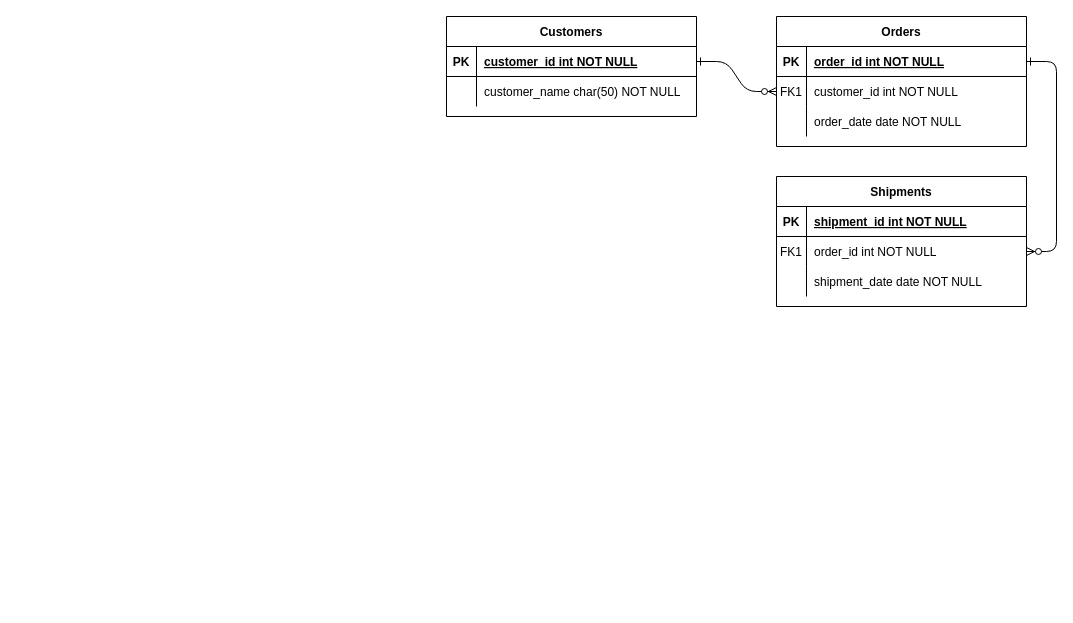
Earlier version of the draw.io diagram Diagrama sin título.drawio (ariel0000/bar-app-diagrams). Source tidied: cells renumbered, new cells numbered last; positions are measured from the earlier drawing's top-left corner, leaving out a move shared by most shapes. Both pictures are drawn from the tidied source at 100%, with x=0, y=0 at pixel (446, 16).
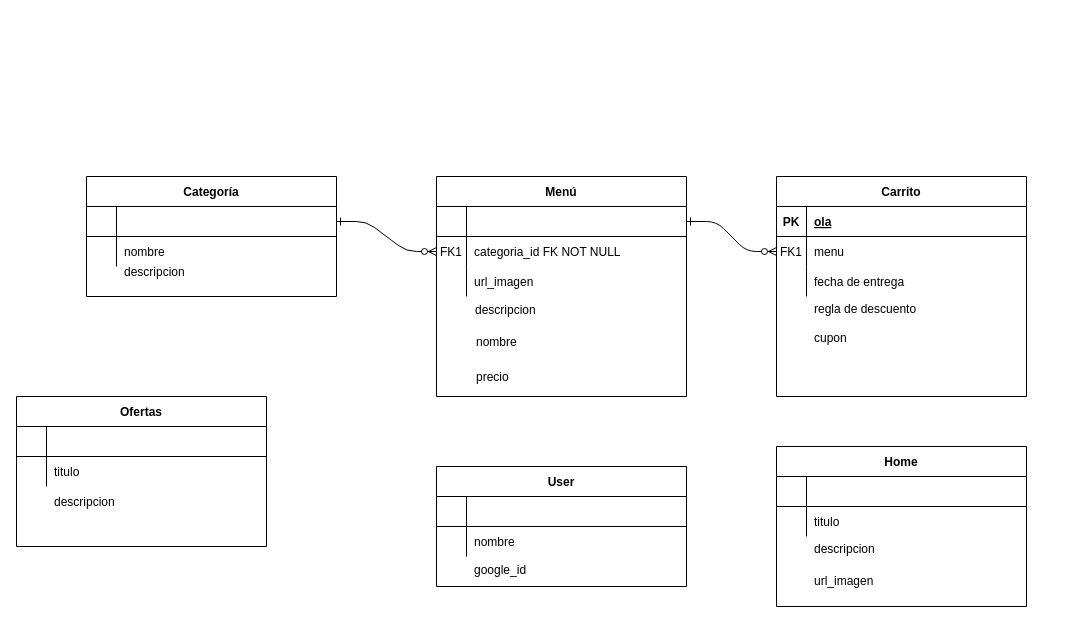
The same diagram, later.

The change refers to these unchanged cells:
```xml
<mxCell id="5" style="shape=partialRectangle;fillColor=none;points=[[0,0.5],[1,0.5]];portConstraint=eastwest;top=0;left=0;right=0;bottom=1;" parent="4" vertex="1">
  <mxGeometry y="30" width="250" height="30" as="geometry" />
</mxCell>
<mxCell id="8" style="shape=partialRectangle;fillColor=none;points=[[0,0.5],[1,0.5]];portConstraint=eastwest;top=0;left=0;right=0;bottom=0;" parent="4" vertex="1">
  <mxGeometry y="60" width="250" height="30" as="geometry" />
</mxCell>
<mxCell id="11" style="shape=partialRectangle;fillColor=none;top=0;left=0;right=0;bottom=0;" parent="4" vertex="1">
  <mxGeometry y="90" width="250" height="30" as="geometry" />
</mxCell>
<mxCell id="25" style="shape=partialRectangle;fillColor=none;points=[[0,0.5],[1,0.5]];portConstraint=eastwest;top=0;left=0;right=0;bottom=1;" parent="24" vertex="1">
  <mxGeometry y="30" width="250" height="30" as="geometry" />
</mxCell>
<mxCell id="28" style="shape=partialRectangle;fillColor=none;top=0;left=0;right=0;bottom=0;" parent="24" vertex="1">
  <mxGeometry y="60" width="250" height="30" as="geometry" />
</mxCell>
```

Diff of the diagram source:
```diff
@@
+    <mxCell id="14" value="Carrito" style="shape=table;startSize=30;childLayout=tableLayout;rowLines=0;fontStyle=1;align=center;" parent="1" vertex="1">
+      <mxGeometry x="330" y="160" width="250" height="220" as="geometry" />
+    </mxCell>
+    <mxCell id="15" style="shape=partialRectangle;fillColor=none;top=0;left=0;right=0;bottom=1;" parent="14" vertex="1">
+      <mxGeometry y="30" width="250" height="30" as="geometry" />
+    </mxCell>
+    <mxCell id="16" value="PK" style="shape=partialRectangle;overflow=hidden;fillColor=none;top=0;left=0;bottom=0;right=0;fontStyle=1;" parent="15" vertex="1">
+      <mxGeometry width="30" height="30" as="geometry" />
+    </mxCell>
+    <mxCell id="17" value="ola" style="shape=partialRectangle;overflow=hidden;fillColor=none;top=0;left=0;bottom=0;right=0;align=left;spacingLeft=6;fontStyle=5;" parent="15" vertex="1">
+      <mxGeometry x="30" width="220" height="30" as="geometry" />
+    </mxCell>
+    <mxCell id="18" style="shape=partialRectangle;fillColor=none;points=[[0,0.5],[1,0.5]];portConstraint=eastwest;top=0;left=0;right=0;bottom=0;" parent="14" vertex="1">
+      <mxGeometry y="60" width="250" height="30" as="geometry" />
+    </mxCell>
+    <mxCell id="19" value="FK1" style="shape=partialRectangle;overflow=hidden;fillColor=none;top=0;left=0;bottom=0;right=0;" parent="18" vertex="1">
+      <mxGeometry width="30" height="30" as="geometry" />
+    </mxCell>
+    <mxCell id="20" value="menu" style="shape=partialRectangle;overflow=hidden;fillColor=none;top=0;left=0;bottom=0;right=0;align=left;spacingLeft=6;" parent="18" vertex="1">
+      <mxGeometry x="30" width="220" height="30" as="geometry" />
+    </mxCell>
+    <mxCell id="21" style="shape=partialRectangle;fillColor=none;top=0;left=0;right=0;bottom=0;" parent="14" vertex="1">
+      <mxGeometry y="90" width="250" height="30" as="geometry" />
+    </mxCell>
+    <mxCell id="22" style="shape=partialRectangle;overflow=hidden;fillColor=none;top=0;left=0;bottom=0;right=0;" parent="21" vertex="1">
+      <mxGeometry width="30" height="30" as="geometry" />
+    </mxCell>
+    <mxCell id="23" value="fecha de entrega" style="shape=partialRectangle;overflow=hidden;fillColor=none;top=0;left=0;bottom=0;right=0;align=left;spacingLeft=6;" parent="21" vertex="1">
+      <mxGeometry x="30" width="220" height="30" as="geometry" />
+    </mxCell>
+    <mxCell id="31" value="User" style="shape=table;startSize=30;childLayout=tableLayout;rowLines=0;fontStyle=1;align=center;" parent="1" vertex="1">
+      <mxGeometry x="-10" y="450" width="250" height="120" as="geometry" />
+    </mxCell>
+    <mxCell id="32" style="shape=partialRectangle;fillColor=none;top=0;left=0;right=0;bottom=1;" parent="31" vertex="1">
+      <mxGeometry y="30" width="250" height="30" as="geometry" />
+    </mxCell>
+    <mxCell id="33" style="shape=partialRectangle;overflow=hidden;fillColor=none;top=0;left=0;bottom=0;right=0;fontStyle=1;" parent="32" vertex="1">
+      <mxGeometry width="30" height="30" as="geometry" />
+    </mxCell>
+    <mxCell id="34" style="shape=partialRectangle;overflow=hidden;fillColor=none;top=0;left=0;bottom=0;right=0;align=left;spacingLeft=6;fontStyle=5;" parent="32" vertex="1">
+      <mxGeometry x="30" width="220" height="30" as="geometry" />
+    </mxCell>
+    <mxCell id="35" style="shape=partialRectangle;fillColor=none;top=0;left=0;right=0;bottom=0;" parent="31" vertex="1">
+      <mxGeometry y="60" width="250" height="30" as="geometry" />
+    </mxCell>
+    <mxCell id="36" style="shape=partialRectangle;overflow=hidden;fillColor=none;top=0;left=0;bottom=0;right=0;" parent="35" vertex="1">
+      <mxGeometry width="30" height="30" as="geometry" />
+    </mxCell>
+    <mxCell id="37" value="nombre" style="shape=partialRectangle;overflow=hidden;fillColor=none;top=0;left=0;bottom=0;right=0;align=left;spacingLeft=6;" parent="35" vertex="1">
+      <mxGeometry x="30" width="220" height="30" as="geometry" />
+    </mxCell>
+    <mxCell id="38" value="Ofertas" style="shape=table;startSize=30;childLayout=tableLayout;rowLines=0;fontStyle=1;align=center;" parent="1" vertex="1">
+      <mxGeometry x="-430" y="380" width="250" height="150" as="geometry" />
+    </mxCell>
+    <mxCell id="39" style="shape=partialRectangle;fillColor=none;top=0;left=0;right=0;bottom=1;" parent="38" vertex="1">
+      <mxGeometry y="30" width="250" height="30" as="geometry" />
+    </mxCell>
+    <mxCell id="40" style="shape=partialRectangle;overflow=hidden;fillColor=none;top=0;left=0;bottom=0;right=0;fontStyle=1;" parent="39" vertex="1">
+      <mxGeometry width="30" height="30" as="geometry" />
+    </mxCell>
+    <mxCell id="41" style="shape=partialRectangle;overflow=hidden;fillColor=none;top=0;left=0;bottom=0;right=0;align=left;spacingLeft=6;fontStyle=5;" parent="39" vertex="1">
+      <mxGeometry x="30" width="220" height="30" as="geometry" />
+    </mxCell>
+    <mxCell id="42" style="shape=partialRectangle;fillColor=none;top=0;left=0;right=0;bottom=0;" parent="38" vertex="1">
+      <mxGeometry y="60" width="250" height="30" as="geometry" />
+    </mxCell>
+    <mxCell id="43" style="shape=partialRectangle;overflow=hidden;fillColor=none;top=0;left=0;bottom=0;right=0;" parent="42" vertex="1">
+      <mxGeometry width="30" height="30" as="geometry" />
+    </mxCell>
+    <mxCell id="44" value="titulo" style="shape=partialRectangle;overflow=hidden;fillColor=none;top=0;left=0;bottom=0;right=0;align=left;spacingLeft=6;" parent="42" vertex="1">
+      <mxGeometry x="30" width="220" height="30" as="geometry" />
+    </mxCell>
+    <mxCell id="45" style="group;" parent="1" vertex="1">
+      <mxGeometry x="-10" y="160" width="250" height="220" as="geometry" />
+    </mxCell>
-    <mxCell id="4" value="Orders" style="shape=table;startSize=30;childLayout=tableLayout;rowLines=0;fontStyle=1;align=center;" parent="1" vertex="1">
-      <mxGeometry x="330" width="250" height="130" as="geometry" />
+    <mxCell id="4" value="Menú" style="shape=table;startSize=30;childLayout=tableLayout;rowLines=0;fontStyle=1;align=center;" parent="45" vertex="1">
+      <mxGeometry width="250" height="220" as="geometry" />
     </mxCell>
@@
-    <mxCell id="6" value="PK" style="shape=partialRectangle;overflow=hidden;fillColor=none;top=0;left=0;bottom=0;right=0;fontStyle=1;" parent="5" vertex="1">
+    <mxCell id="6" style="shape=partialRectangle;overflow=hidden;fillColor=none;top=0;left=0;bottom=0;right=0;fontStyle=1;" parent="5" vertex="1">
       <mxGeometry width="30" height="30" as="geometry" />
     </mxCell>
-    <mxCell id="7" value="order_id int NOT NULL " style="shape=partialRectangle;overflow=hidden;fillColor=none;top=0;left=0;bottom=0;right=0;align=left;spacingLeft=6;fontStyle=5;" parent="5" vertex="1">
+    <mxCell id="7" style="shape=partialRectangle;overflow=hidden;fillColor=none;top=0;left=0;bottom=0;right=0;align=left;spacingLeft=6;fontStyle=5;" parent="5" vertex="1">
       <mxGeometry x="30" width="220" height="30" as="geometry" />
     </mxCell>
@@
-    <mxCell id="10" value="customer_id int NOT NULL" style="shape=partialRectangle;overflow=hidden;fillColor=none;top=0;left=0;bottom=0;right=0;align=left;spacingLeft=6;" parent="8" vertex="1">
+    <mxCell id="10" value="categoria_id FK NOT NULL" style="shape=partialRectangle;overflow=hidden;fillColor=none;top=0;left=0;bottom=0;right=0;align=left;spacingLeft=6;" parent="8" vertex="1">
       <mxGeometry x="30" width="220" height="30" as="geometry" />
     </mxCell>
@@
-    <mxCell id="13" value="order_date date NOT NULL" style="shape=partialRectangle;overflow=hidden;fillColor=none;top=0;left=0;bottom=0;right=0;align=left;spacingLeft=6;" parent="11" vertex="1">
+    <mxCell id="13" value="url_imagen" style="shape=partialRectangle;overflow=hidden;fillColor=none;top=0;left=0;bottom=0;right=0;align=left;spacingLeft=6;" parent="11" vertex="1">
       <mxGeometry x="30" width="220" height="30" as="geometry" />
     </mxCell>
-    <mxCell id="14" value="Shipments" style="shape=table;startSize=30;childLayout=tableLayout;rowLines=0;fontStyle=1;align=center;" parent="1" vertex="1">
-      <mxGeometry x="330" y="160" width="250" height="130" as="geometry" />
-    </mxCell>
-    <mxCell id="15" style="shape=partialRectangle;fillColor=none;top=0;left=0;right=0;bottom=1;" parent="14" vertex="1">
-      <mxGeometry y="30" width="250" height="30" as="geometry" />
-    </mxCell>
-    <mxCell id="16" value="PK" style="shape=partialRectangle;overflow=hidden;fillColor=none;top=0;left=0;bottom=0;right=0;fontStyle=1;" parent="15" vertex="1">
-      <mxGeometry width="30" height="30" as="geometry" />
-    </mxCell>
-    <mxCell id="17" value="shipment_id int NOT NULL " style="shape=partialRectangle;overflow=hidden;fillColor=none;top=0;left=0;bottom=0;right=0;align=left;spacingLeft=6;fontStyle=5;" parent="15" vertex="1">
-      <mxGeometry x="30" width="220" height="30" as="geometry" />
-    </mxCell>
-    <mxCell id="18" style="shape=partialRectangle;fillColor=none;points=[[0,0.5],[1,0.5]];portConstraint=eastwest;top=0;left=0;right=0;bottom=0;" parent="14" vertex="1">
-      <mxGeometry y="60" width="250" height="30" as="geometry" />
-    </mxCell>
-    <mxCell id="19" value="FK1" style="shape=partialRectangle;overflow=hidden;fillColor=none;top=0;left=0;bottom=0;right=0;" parent="18" vertex="1">
-      <mxGeometry width="30" height="30" as="geometry" />
-    </mxCell>
-    <mxCell id="20" value="order_id int NOT NULL" style="shape=partialRectangle;overflow=hidden;fillColor=none;top=0;left=0;bottom=0;right=0;align=left;spacingLeft=6;" parent="18" vertex="1">
-      <mxGeometry x="30" width="220" height="30" as="geometry" />
-    </mxCell>
-    <mxCell id="21" style="shape=partialRectangle;fillColor=none;top=0;left=0;right=0;bottom=0;" parent="14" vertex="1">
-      <mxGeometry y="90" width="250" height="30" as="geometry" />
-    </mxCell>
-    <mxCell id="22" style="shape=partialRectangle;overflow=hidden;fillColor=none;top=0;left=0;bottom=0;right=0;" parent="21" vertex="1">
-      <mxGeometry width="30" height="30" as="geometry" />
-    </mxCell>
-    <mxCell id="23" value="shipment_date date NOT NULL" style="shape=partialRectangle;overflow=hidden;fillColor=none;top=0;left=0;bottom=0;right=0;align=left;spacingLeft=6;" parent="21" vertex="1">
-      <mxGeometry x="30" width="220" height="30" as="geometry" />
-    </mxCell>
+    <mxCell id="46" value="descripcion" style="shape=partialRectangle;overflow=hidden;fillColor=none;top=0;left=0;bottom=0;right=0;align=left;spacingLeft=6;" parent="45" vertex="1">
+      <mxGeometry x="31" y="117.5" width="218" height="30" as="geometry" />
+    </mxCell>
+    <mxCell id="47" value="nombre" style="shape=partialRectangle;overflow=hidden;fillColor=none;top=0;left=0;bottom=0;right=0;align=left;spacingLeft=6;" parent="45" vertex="1">
+      <mxGeometry x="32" y="149.5" width="218" height="30" as="geometry" />
+    </mxCell>
+    <mxCell id="48" value="precio" style="shape=partialRectangle;overflow=hidden;fillColor=none;top=0;left=0;bottom=0;right=0;align=left;spacingLeft=6;" parent="45" vertex="1">
+      <mxGeometry x="32" y="184.5" width="218" height="30" as="geometry" />
+    </mxCell>
+    <mxCell id="49" style="group;" parent="1" vertex="1">
+      <mxGeometry x="-360" y="160" width="250" height="120" as="geometry" />
+    </mxCell>
-    <mxCell id="24" value="Customers" style="shape=table;startSize=30;childLayout=tableLayout;rowLines=0;fontStyle=1;align=center;" parent="1" vertex="1">
-      <mxGeometry width="250" height="100" as="geometry" />
+    <mxCell id="24" value="Categoría" style="shape=table;startSize=30;childLayout=tableLayout;rowLines=0;fontStyle=1;align=center;" parent="49" vertex="1">
+      <mxGeometry width="250" height="120" as="geometry" />
     </mxCell>
@@
-    <mxCell id="26" value="PK" style="shape=partialRectangle;overflow=hidden;fillColor=none;top=0;left=0;bottom=0;right=0;fontStyle=1;" parent="25" vertex="1">
+    <mxCell id="26" style="shape=partialRectangle;overflow=hidden;fillColor=none;top=0;left=0;bottom=0;right=0;fontStyle=1;" parent="25" vertex="1">
       <mxGeometry width="30" height="30" as="geometry" />
     </mxCell>
-    <mxCell id="27" value="customer_id int NOT NULL " style="shape=partialRectangle;overflow=hidden;fillColor=none;top=0;left=0;bottom=0;right=0;align=left;spacingLeft=6;fontStyle=5;" parent="25" vertex="1">
+    <mxCell id="27" style="shape=partialRectangle;overflow=hidden;fillColor=none;top=0;left=0;bottom=0;right=0;align=left;spacingLeft=6;fontStyle=5;" parent="25" vertex="1">
       <mxGeometry x="30" width="220" height="30" as="geometry" />
     </mxCell>
@@
-    <mxCell id="30" value="customer_name char(50) NOT NULL" style="shape=partialRectangle;overflow=hidden;fillColor=none;top=0;left=0;bottom=0;right=0;align=left;spacingLeft=6;" parent="28" vertex="1">
+    <mxCell id="30" value="nombre" style="shape=partialRectangle;overflow=hidden;fillColor=none;top=0;left=0;bottom=0;right=0;align=left;spacingLeft=6;" parent="28" vertex="1">
       <mxGeometry x="30" width="220" height="30" as="geometry" />
     </mxCell>
+    <mxCell id="50" style="shape=partialRectangle;fillColor=none;top=0;left=0;right=0;bottom=0;" parent="49" vertex="1">
+      <mxGeometry y="80" width="250" height="30" as="geometry" />
+    </mxCell>
+    <mxCell id="51" style="shape=partialRectangle;overflow=hidden;fillColor=none;top=0;left=0;bottom=0;right=0;" parent="50" vertex="1">
+      <mxGeometry width="30" height="30" as="geometry" />
+    </mxCell>
+    <mxCell id="52" value="descripcion" style="shape=partialRectangle;overflow=hidden;fillColor=none;top=0;left=0;bottom=0;right=0;align=left;spacingLeft=6;" parent="50" vertex="1">
+      <mxGeometry x="30" width="220" height="30" as="geometry" />
+    </mxCell>
+    <mxCell id="53" value="Home" style="shape=table;startSize=30;childLayout=tableLayout;rowLines=0;fontStyle=1;align=center;" parent="1" vertex="1">
+      <mxGeometry x="330" y="430" width="250" height="160" as="geometry" />
+    </mxCell>
+    <mxCell id="54" style="shape=partialRectangle;fillColor=none;top=0;left=0;right=0;bottom=1;" parent="53" vertex="1">
+      <mxGeometry y="30" width="250" height="30" as="geometry" />
+    </mxCell>
+    <mxCell id="55" style="shape=partialRectangle;overflow=hidden;fillColor=none;top=0;left=0;bottom=0;right=0;fontStyle=1;" parent="54" vertex="1">
+      <mxGeometry width="30" height="30" as="geometry" />
+    </mxCell>
+    <mxCell id="56" style="shape=partialRectangle;overflow=hidden;fillColor=none;top=0;left=0;bottom=0;right=0;align=left;spacingLeft=6;fontStyle=5;" parent="54" vertex="1">
+      <mxGeometry x="30" width="220" height="30" as="geometry" />
+    </mxCell>
+    <mxCell id="57" style="shape=partialRectangle;fillColor=none;top=0;left=0;right=0;bottom=0;" parent="53" vertex="1">
+      <mxGeometry y="60" width="250" height="30" as="geometry" />
+    </mxCell>
+    <mxCell id="58" style="shape=partialRectangle;overflow=hidden;fillColor=none;top=0;left=0;bottom=0;right=0;" parent="57" vertex="1">
+      <mxGeometry width="30" height="30" as="geometry" />
+    </mxCell>
+    <mxCell id="59" value="titulo" style="shape=partialRectangle;overflow=hidden;fillColor=none;top=0;left=0;bottom=0;right=0;align=left;spacingLeft=6;" parent="57" vertex="1">
+      <mxGeometry x="30" width="220" height="30" as="geometry" />
+    </mxCell>
+    <mxCell id="60" style="shape=partialRectangle;fillColor=none;top=0;left=0;right=0;bottom=0;" parent="1" vertex="1">
+      <mxGeometry x="-10" y="538" width="250" height="30" as="geometry" />
+    </mxCell>
+    <mxCell id="61" style="shape=partialRectangle;overflow=hidden;fillColor=none;top=0;left=0;bottom=0;right=0;" parent="60" vertex="1">
+      <mxGeometry width="30" height="30" as="geometry" />
+    </mxCell>
+    <mxCell id="62" value="google_id" style="shape=partialRectangle;overflow=hidden;fillColor=none;top=0;left=0;bottom=0;right=0;align=left;spacingLeft=6;" parent="60" vertex="1">
+      <mxGeometry x="30" width="220" height="30" as="geometry" />
+    </mxCell>
+    <mxCell id="63" style="shape=partialRectangle;overflow=hidden;fillColor=none;top=0;left=0;bottom=0;right=0;" parent="1" vertex="1">
+      <mxGeometry x="330" y="519" width="30" height="30" as="geometry" />
+    </mxCell>
+    <mxCell id="64" value="descripcion" style="shape=partialRectangle;overflow=hidden;fillColor=none;top=0;left=0;bottom=0;right=0;align=left;spacingLeft=6;" parent="1" vertex="1">
+      <mxGeometry x="360" y="514.5" width="220" height="35.5" as="geometry" />
+    </mxCell>
+    <mxCell id="65" style="shape=partialRectangle;overflow=hidden;fillColor=none;top=0;left=0;bottom=0;right=0;" parent="1" vertex="1">
+      <mxGeometry x="330" y="549" width="30" height="30" as="geometry" />
+    </mxCell>
+    <mxCell id="66" value="url_imagen" style="shape=partialRectangle;overflow=hidden;fillColor=none;top=0;left=0;bottom=0;right=0;align=left;spacingLeft=6;" parent="1" vertex="1">
+      <mxGeometry x="360" y="549" width="220" height="30" as="geometry" />
+    </mxCell>
+    <mxCell id="67" style="shape=partialRectangle;overflow=hidden;fillColor=none;top=0;left=0;bottom=0;right=0;" parent="1" vertex="1">
+      <mxGeometry x="330" y="270" width="30" height="30" as="geometry" />
+    </mxCell>
+    <mxCell id="68" value="regla de descuento" style="shape=partialRectangle;overflow=hidden;fillColor=none;top=0;left=0;bottom=0;right=0;align=left;spacingLeft=6;" parent="1" vertex="1">
+      <mxGeometry x="360" y="277" width="220" height="30" as="geometry" />
+    </mxCell>
+    <mxCell id="69" value="cupon" style="shape=partialRectangle;overflow=hidden;fillColor=none;top=0;left=0;bottom=0;right=0;align=left;spacingLeft=6;" parent="1" vertex="1">
+      <mxGeometry x="360" y="306" width="220" height="30" as="geometry" />
+    </mxCell>
+    <mxCell id="70" value="descripcion" style="shape=partialRectangle;overflow=hidden;fillColor=none;top=0;left=0;bottom=0;right=0;align=left;spacingLeft=6;" parent="1" vertex="1">
+      <mxGeometry x="-400" y="470" width="220" height="30" as="geometry" />
+    </mxCell>
```
